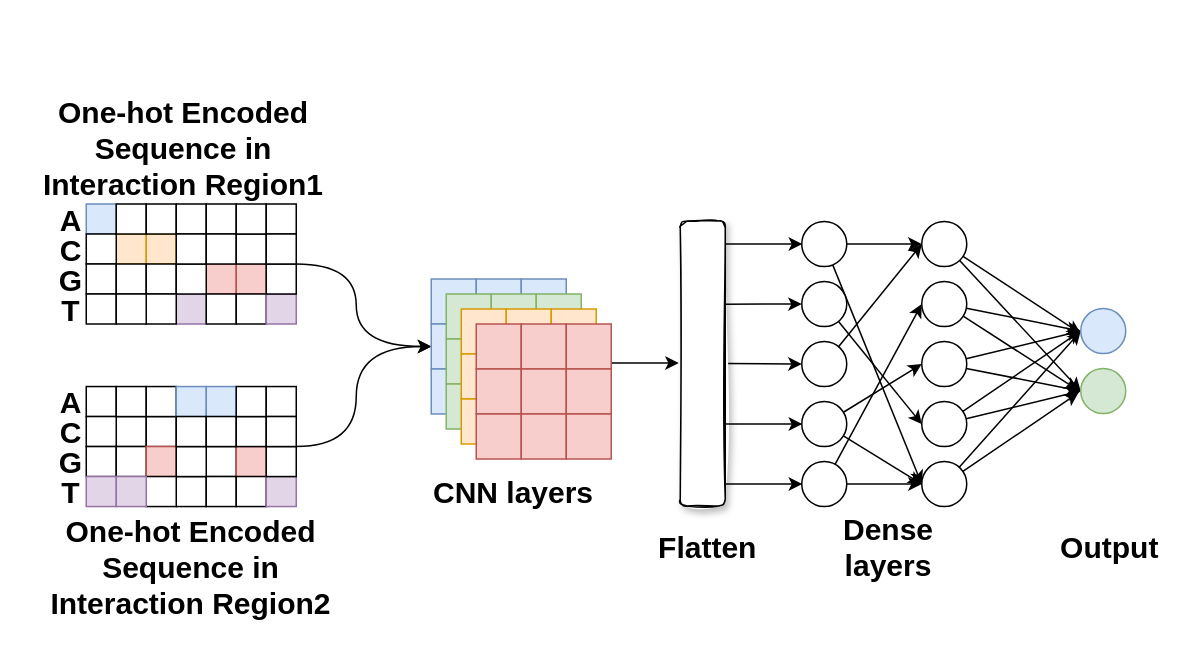
Above: onehot_cnn_one_branch.drawio in NaiveTom/draw.io (draw.io), before the change. Source tidied: cells renumbered, new cells numbered last; positions are measured from the earlier drawing's top-left corner, leaving out a move shared by most shapes. Both pictures are drawn from the tidied source at 150%, with x=0, y=0 at pixel (26, 132).
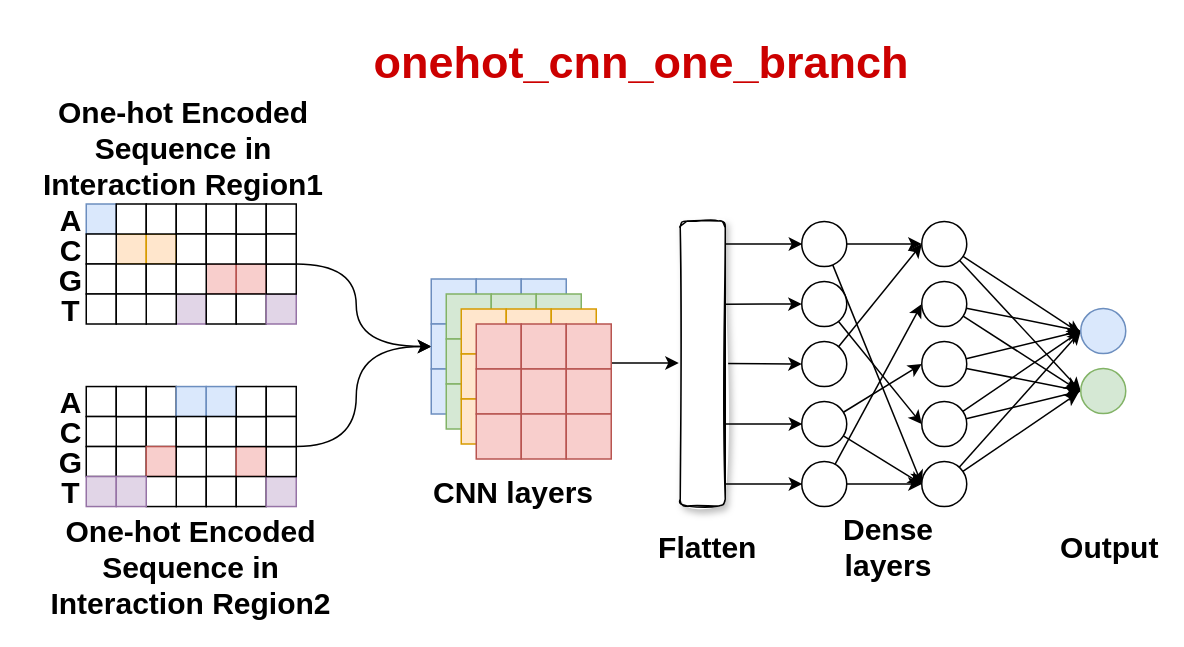
After the change.

Change to the diagram source:
```diff
@@
+    <mxCell id="149" value="onehot_cnn_one_branch" style="text;whiteSpace=wrap;html=1;fontSize=30;fontStyle=1;fontColor=#CC0000;" parent="1" vertex="1">
+      <mxGeometry x="230" y="-71" width="310" height="40" as="geometry" />
+    </mxCell>
```
